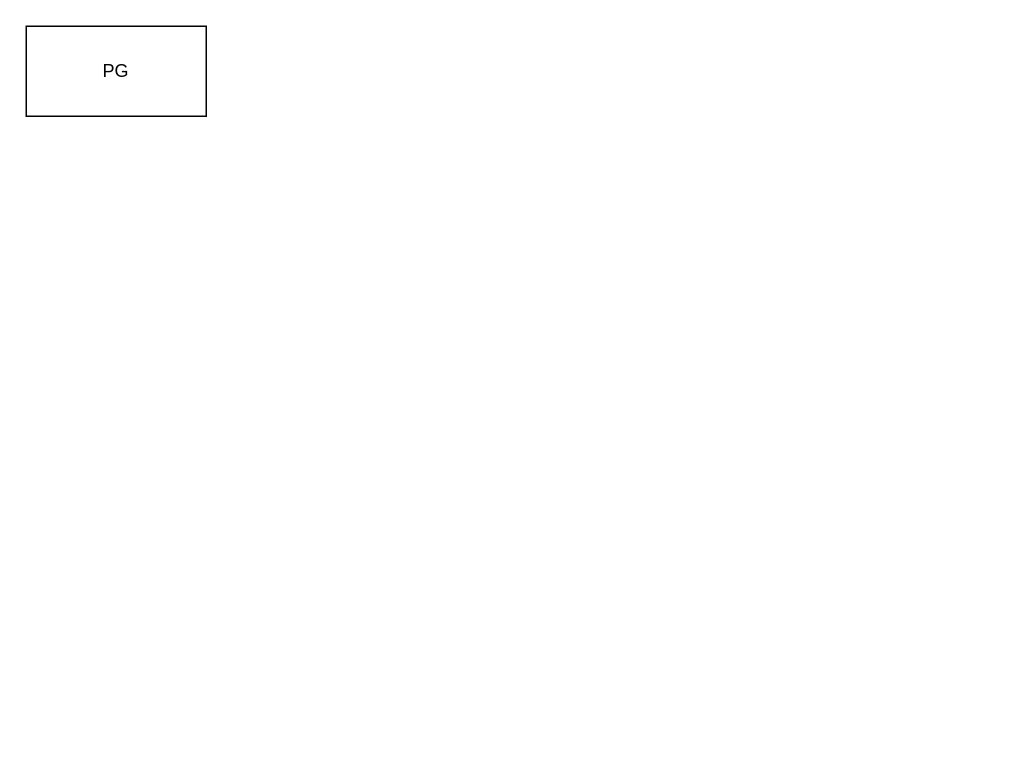
imranypatel/misc keeps this draw.io diagram as Untitled Diagram.drawio. Above is the earlier version. Source tidied: cells renumbered, new cells numbered last; positions are measured from the earlier drawing's top-left corner, leaving out a move shared by most shapes. Both pictures are drawn from the tidied source at 150%, with x=0, y=0 at pixel (26, 26).
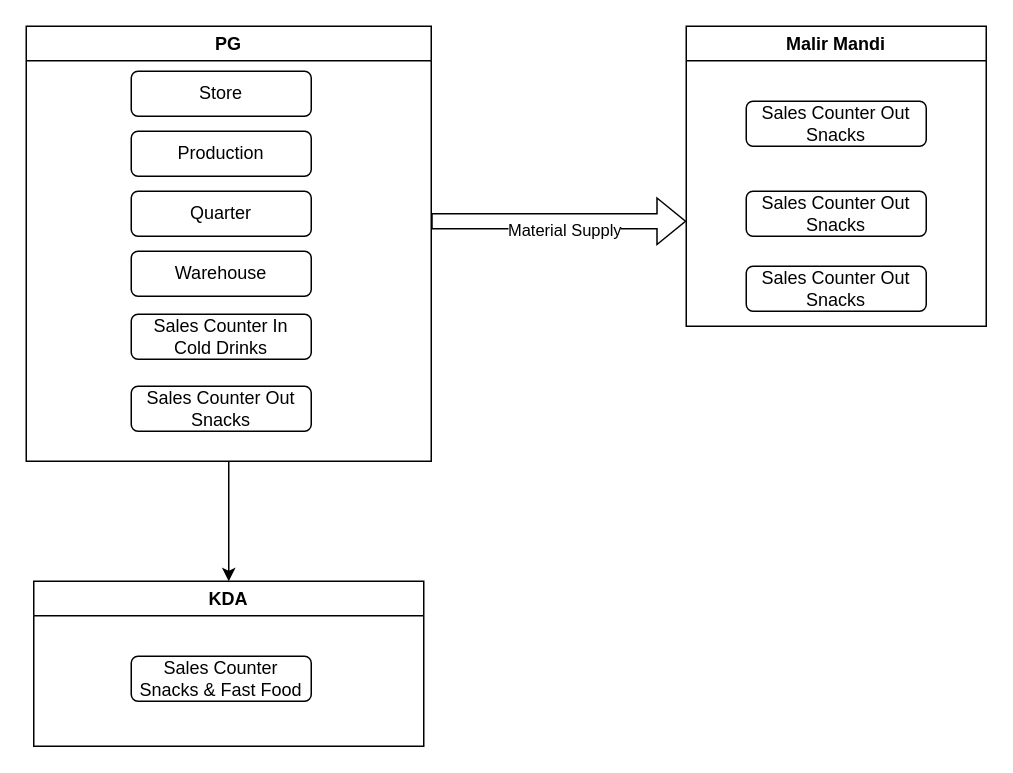
After the change.

Change to the diagram source:
```diff
@@
 <mxGraphModel>
   <root>
     <mxCell id="0" />
     <mxCell id="1" parent="0" />
-    <mxCell id="2" value="PG" style="rounded=0;whiteSpace=wrap;html=1;" parent="1" vertex="1">
-      <mxGeometry width="120" height="60" as="geometry" />
+    <mxCell id="2" value="PG" style="swimlane;whiteSpace=wrap;html=1;" parent="1" vertex="1">
+      <mxGeometry width="270" height="290" as="geometry" />
     </mxCell>
+    <mxCell id="3" value="Production" style="rounded=1;whiteSpace=wrap;html=1;" parent="2" vertex="1">
+      <mxGeometry x="70" y="70" width="120" height="30" as="geometry" />
+    </mxCell>
+    <mxCell id="4" value="Store" style="rounded=1;whiteSpace=wrap;html=1;" parent="2" vertex="1">
+      <mxGeometry x="70" y="30" width="120" height="30" as="geometry" />
+    </mxCell>
+    <mxCell id="5" value="Quarter" style="rounded=1;whiteSpace=wrap;html=1;" parent="2" vertex="1">
+      <mxGeometry x="70" y="110" width="120" height="30" as="geometry" />
+    </mxCell>
+    <mxCell id="6" value="Warehouse" style="rounded=1;whiteSpace=wrap;html=1;" parent="2" vertex="1">
+      <mxGeometry x="70" y="150" width="120" height="30" as="geometry" />
+    </mxCell>
+    <mxCell id="7" value="Sales Counter In&lt;div&gt;Cold Drinks&lt;/div&gt;" style="rounded=1;whiteSpace=wrap;html=1;" parent="2" vertex="1">
+      <mxGeometry x="70" y="192" width="120" height="30" as="geometry" />
+    </mxCell>
+    <mxCell id="8" value="Sales Counter Out&lt;div&gt;Snacks&lt;/div&gt;" style="rounded=1;whiteSpace=wrap;html=1;" parent="2" vertex="1">
+      <mxGeometry x="70" y="240" width="120" height="30" as="geometry" />
+    </mxCell>
+    <mxCell id="9" value="KDA" style="swimlane;whiteSpace=wrap;html=1;" parent="1" vertex="1">
+      <mxGeometry x="5" y="370" width="260" height="110" as="geometry" />
+    </mxCell>
+    <mxCell id="10" value="Sales Counter&lt;div&gt;Snacks &amp;amp; Fast Food&lt;/div&gt;" style="rounded=1;whiteSpace=wrap;html=1;" parent="9" vertex="1">
+      <mxGeometry x="65" y="50" width="120" height="30" as="geometry" />
+    </mxCell>
+    <mxCell id="11" style="endArrow=classic;html=1;rounded=0;entryX=0.5;entryY=0;entryDx=0;entryDy=0;exitX=0.5;exitY=1;exitDx=0;exitDy=0;" parent="1" edge="1" source="2" target="9">
+      <mxGeometry relative="1" as="geometry" />
+    </mxCell>
+    <mxCell id="12" value="Malir Mandi" style="swimlane;whiteSpace=wrap;html=1;" parent="1" vertex="1">
+      <mxGeometry x="440" width="200" height="200" as="geometry" />
+    </mxCell>
+    <mxCell id="13" value="Sales Counter Out&lt;div&gt;Snacks&lt;/div&gt;" style="rounded=1;whiteSpace=wrap;html=1;" parent="12" vertex="1">
+      <mxGeometry x="40" y="50" width="120" height="30" as="geometry" />
+    </mxCell>
+    <mxCell id="14" value="Sales Counter Out&lt;div&gt;Snacks&lt;/div&gt;" style="rounded=1;whiteSpace=wrap;html=1;" parent="12" vertex="1">
+      <mxGeometry x="40" y="110" width="120" height="30" as="geometry" />
+    </mxCell>
+    <mxCell id="15" value="Sales Counter Out&lt;div&gt;Snacks&lt;/div&gt;" style="rounded=1;whiteSpace=wrap;html=1;" parent="12" vertex="1">
+      <mxGeometry x="40" y="160" width="120" height="30" as="geometry" />
+    </mxCell>
+    <mxCell id="16" style="shape=flexArrow;endArrow=classic;html=1;rounded=0;" parent="1" edge="1">
+      <mxGeometry relative="1" as="geometry">
+        <mxPoint x="270" y="130" as="sourcePoint" />
+        <mxPoint x="440" y="130" as="targetPoint" />
+      </mxGeometry>
+    </mxCell>
+    <mxCell id="17" value="Material Supply" style="edgeLabel;html=1;align=center;verticalAlign=middle;" parent="16" vertex="1">
+      <mxGeometry x="0.04" y="-5" relative="1" as="geometry" />
+    </mxCell>
   </root>
 </mxGraphModel>
```
